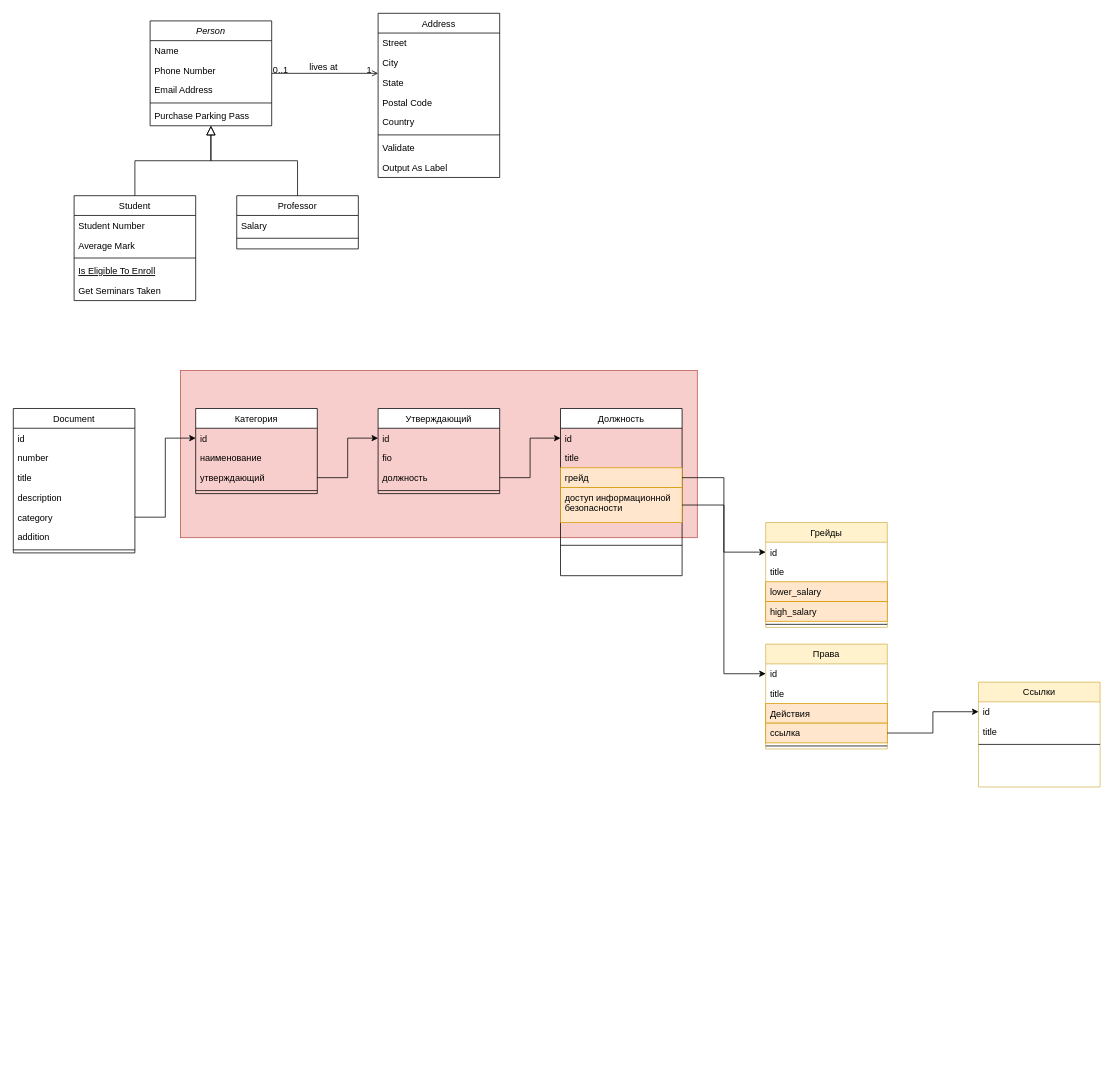
Earlier version of the draw.io diagram database/db_sheme.drawio (bogdandrienko/web_law). Source tidied: cells renumbered, new cells numbered last; positions are measured from the earlier drawing's top-left corner, leaving out a move shared by most shapes. Both pictures are drawn from the tidied source at 76%, with x=0, y=0 at pixel (13, 13).
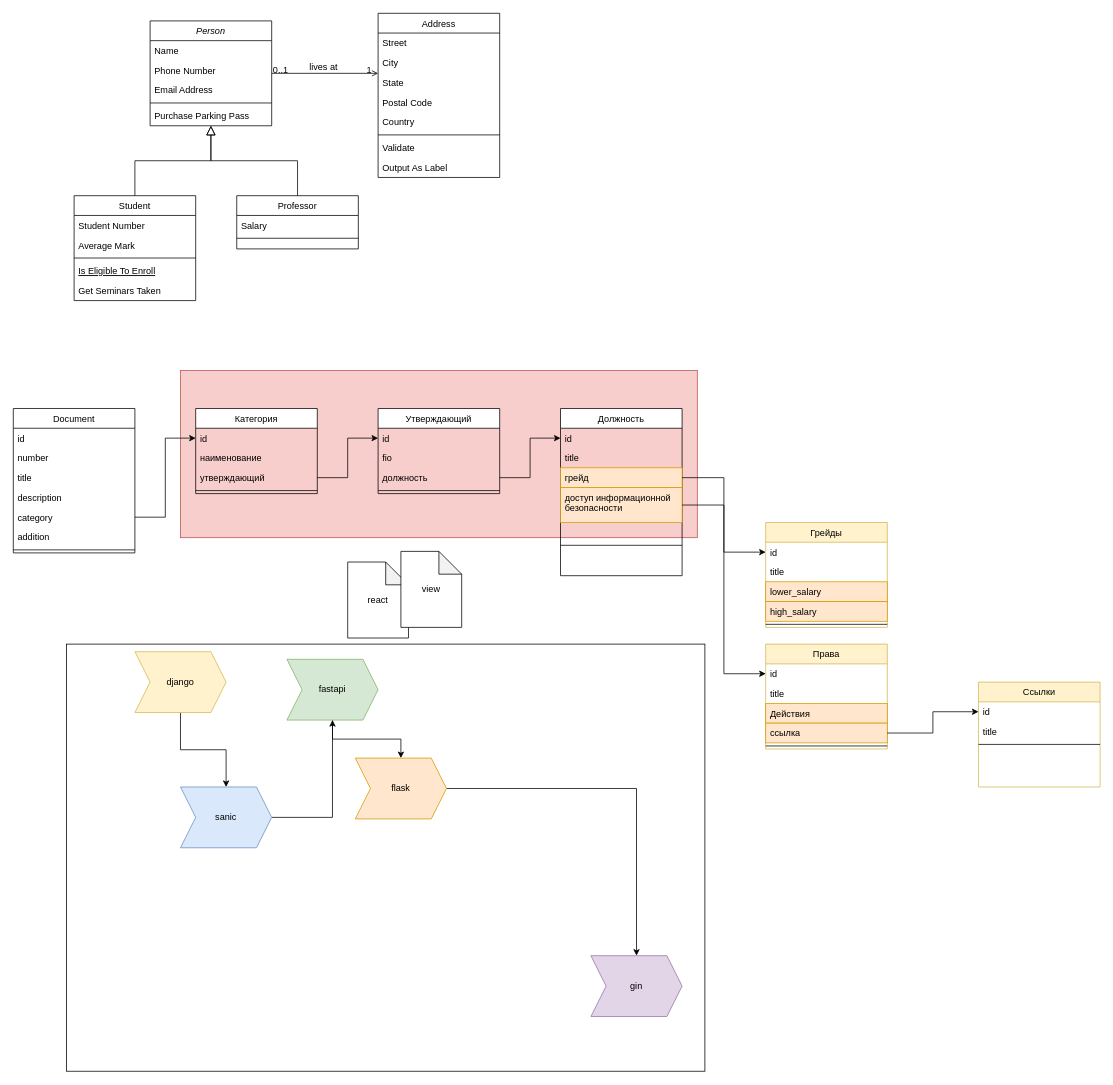
The same page after the edit.

What changed in the source:
```diff
@@
+    <mxCell id="79" style="rounded=0;whiteSpace=wrap;html=1;" parent="1" vertex="1">
+      <mxGeometry x="70" y="830" width="840" height="562" as="geometry" />
+    </mxCell>
@@
+    <mxCell id="80" style="edgeStyle=orthogonalEdgeStyle;rounded=0;jettySize=auto;html=1;" parent="1" edge="1" source="81" target="83">
+      <mxGeometry relative="1" as="geometry" />
+    </mxCell>
+    <mxCell id="81" value="django" style="shape=step;perimeter=stepPerimeter;whiteSpace=wrap;html=1;fixedSize=1;fillColor=#fff2cc;strokeColor=#d6b656;" parent="1" vertex="1">
+      <mxGeometry x="160" y="840" width="120" height="80" as="geometry" />
+    </mxCell>
+    <mxCell id="82" style="edgeStyle=orthogonalEdgeStyle;rounded=0;jettySize=auto;html=1;" parent="1" edge="1" source="83" target="85">
+      <mxGeometry relative="1" as="geometry" />
+    </mxCell>
+    <mxCell id="83" value="sanic" style="shape=step;perimeter=stepPerimeter;whiteSpace=wrap;html=1;fixedSize=1;fillColor=#dae8fc;strokeColor=#6c8ebf;" parent="1" vertex="1">
+      <mxGeometry x="220" y="1018" width="120" height="80" as="geometry" />
+    </mxCell>
+    <mxCell id="84" style="edgeStyle=orthogonalEdgeStyle;rounded=0;jettySize=auto;html=1;" parent="1" edge="1" source="85" target="87">
+      <mxGeometry relative="1" as="geometry" />
+    </mxCell>
+    <mxCell id="85" value="fastapi" style="shape=step;perimeter=stepPerimeter;whiteSpace=wrap;html=1;fixedSize=1;fillColor=#d5e8d4;strokeColor=#82b366;" parent="1" vertex="1">
+      <mxGeometry x="360" y="850" width="120" height="80" as="geometry" />
+    </mxCell>
+    <mxCell id="86" style="edgeStyle=orthogonalEdgeStyle;rounded=0;jettySize=auto;html=1;" parent="1" edge="1" source="87" target="88">
+      <mxGeometry relative="1" as="geometry" />
+    </mxCell>
+    <mxCell id="87" value="flask" style="shape=step;perimeter=stepPerimeter;whiteSpace=wrap;html=1;fixedSize=1;fillColor=#ffe6cc;strokeColor=#d79b00;" parent="1" vertex="1">
+      <mxGeometry x="450" y="980" width="120" height="80" as="geometry" />
+    </mxCell>
+    <mxCell id="88" value="gin" style="shape=step;perimeter=stepPerimeter;whiteSpace=wrap;html=1;fixedSize=1;fillColor=#e1d5e7;strokeColor=#9673a6;" parent="1" vertex="1">
+      <mxGeometry x="760" y="1240" width="120" height="80" as="geometry" />
+    </mxCell>
+    <mxCell id="89" value="react" style="shape=note;whiteSpace=wrap;html=1;backgroundOutline=1;darkOpacity=0.05;" parent="1" vertex="1">
+      <mxGeometry x="440" y="722" width="80" height="100" as="geometry" />
+    </mxCell>
+    <mxCell id="90" value="view" style="shape=note;whiteSpace=wrap;html=1;backgroundOutline=1;darkOpacity=0.05;" parent="1" vertex="1">
+      <mxGeometry x="510" y="708" width="80" height="100" as="geometry" />
+    </mxCell>
```
